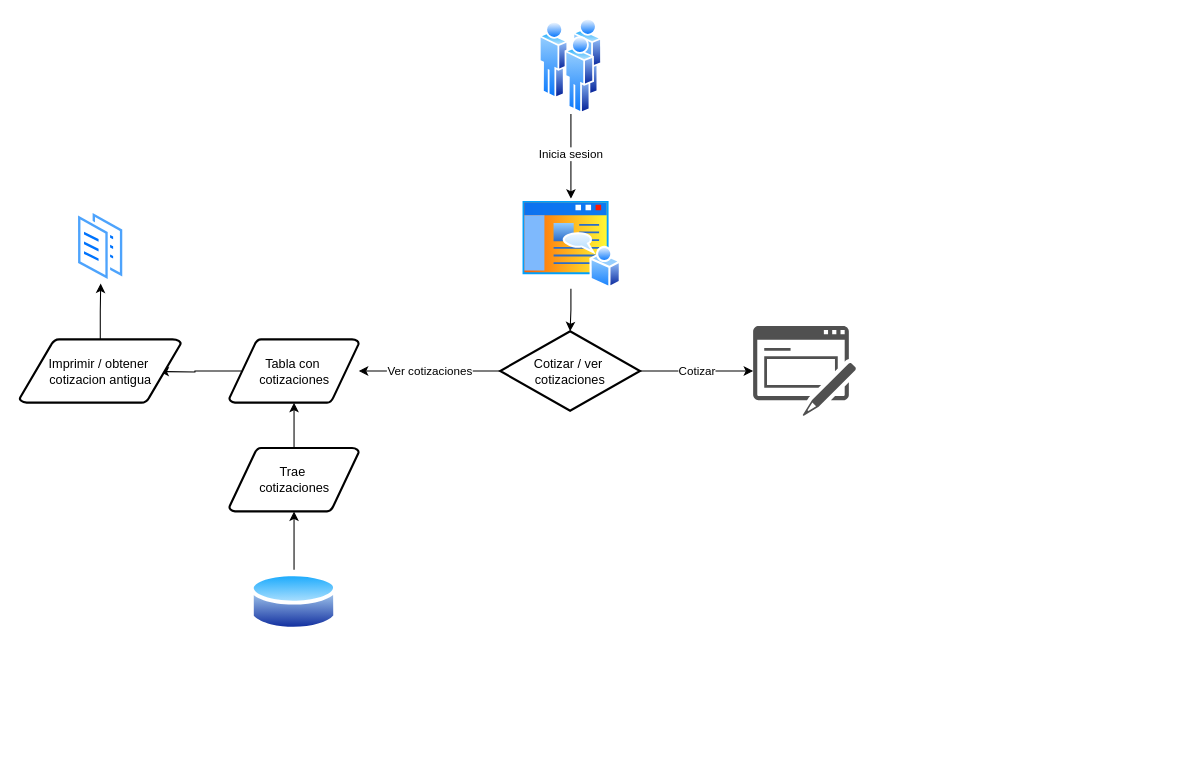
Earlier version of the draw.io diagram docs/Untitled Diagram.drawio (galloramiro/cotizador-autos). Source tidied: cells renumbered, new cells numbered last; positions are measured from the earlier drawing's top-left corner, leaving out a move shared by most shapes. Both pictures are drawn from the tidied source at 106%, with x=0, y=0 at pixel (19, 18).
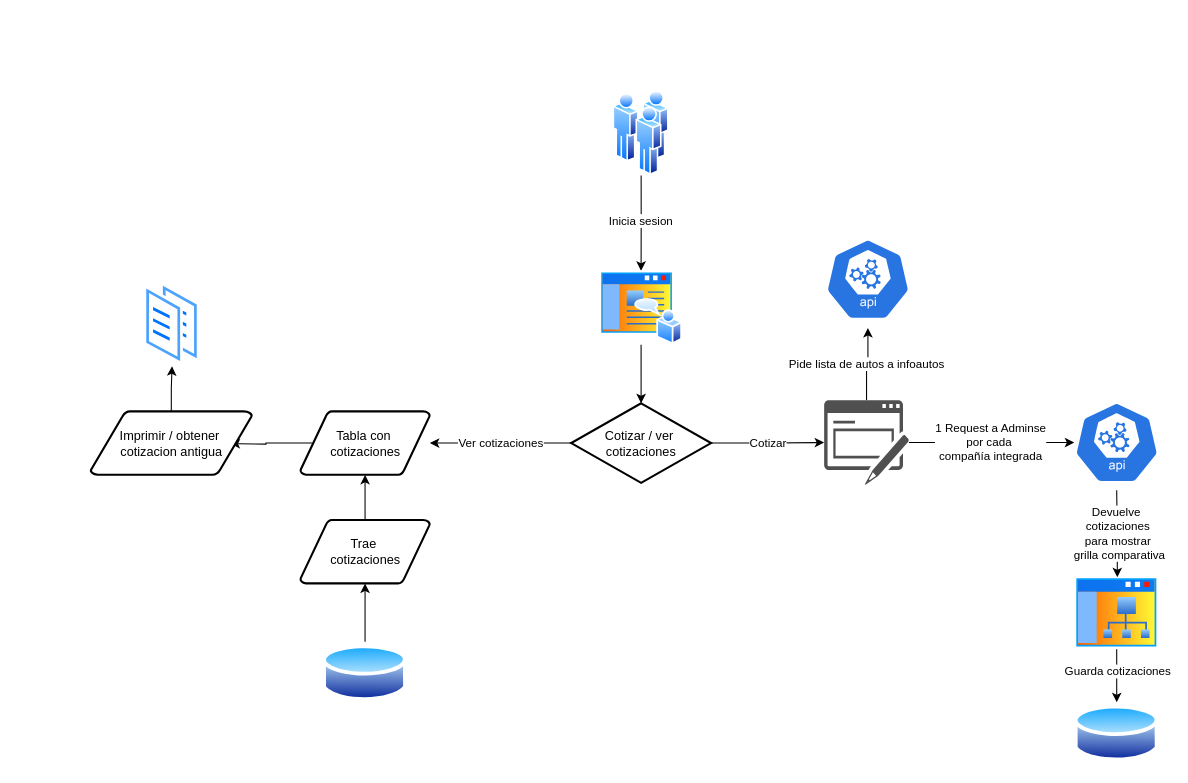
Above is the later version.

Commit message:
terminando flowchart

Diff of the diagram source:
```diff
@@
     <mxCell id="4" style="image;perimeter=ellipsePerimeter;html=1;align=center;shadow=0;dashed=0;spacingTop=3;image=img/lib/active_directory/users.svg;" parent="1" vertex="1">
-      <mxGeometry x="488.9" width="62.4" height="90" as="geometry" />
+      <mxGeometry x="558.6" y="68" width="55.5" height="80" as="geometry" />
     </mxCell>
     <mxCell id="5" style="image;perimeter=ellipsePerimeter;html=1;align=center;shadow=0;dashed=0;spacingTop=3;image=img/lib/active_directory/home_page.svg;" parent="1" vertex="1">
-      <mxGeometry x="471.4" y="170" width="97.4" height="85" as="geometry" />
+      <mxGeometry x="546.3" y="238" width="80" height="69.8" as="geometry" />
     </mxCell>
@@
     <mxCell id="8" value="&lt;div&gt;Cotizar / ver&amp;nbsp;&lt;/div&gt;&lt;div&gt;cotizaciones&lt;/div&gt;" style="shape=mxgraph.flowchart.decision;strokeWidth=2;gradientColor=none;gradientDirection=north;fontStyle=0;html=1;" parent="1" vertex="1">
-      <mxGeometry x="453.4" y="295" width="131.9" height="75" as="geometry" />
+      <mxGeometry x="520.4" y="363" width="131.9" height="75" as="geometry" />
     </mxCell>
     <mxCell id="9" style="edgeStyle=orthogonalEdgeStyle;rounded=0;jettySize=auto;html=1;exitX=0.095;exitY=0.5;exitDx=0;exitDy=0;exitPerimeter=0;" parent="1" edge="1" source="10">
       <mxGeometry relative="1" as="geometry">
-        <mxPoint x="132" y="333" as="targetPoint" />
+        <mxPoint x="199" y="401" as="targetPoint" />
       </mxGeometry>
     </mxCell>
     <mxCell id="10" value="&lt;div&gt;Tabla con&amp;nbsp;&lt;/div&gt;&lt;div&gt;cotizaciones&lt;/div&gt;" style="shape=mxgraph.flowchart.data;strokeWidth=2;gradientColor=none;gradientDirection=north;fontStyle=0;html=1;" parent="1" vertex="1">
-      <mxGeometry x="197.8" y="302.5" width="122.2" height="60" as="geometry" />
+      <mxGeometry x="264.8" y="370.5" width="122.2" height="60" as="geometry" />
     </mxCell>
@@
     <mxCell id="15" style="image;perimeter=ellipsePerimeter;html=1;align=center;shadow=0;dashed=0;spacingTop=3;image=img/lib/active_directory/database.svg;" parent="1" vertex="1">
-      <mxGeometry x="217.7" y="520" width="82.4" height="61" as="geometry" />
+      <mxGeometry x="285.9" y="588" width="80" height="59.2" as="geometry" />
     </mxCell>
     <mxCell id="16" value="&lt;div&gt;Trae&amp;nbsp;&lt;/div&gt;&lt;div&gt;cotizaciones&lt;/div&gt;" style="shape=mxgraph.flowchart.data;strokeWidth=2;gradientColor=none;gradientDirection=north;fontStyle=0;html=1;" parent="1" vertex="1">
-      <mxGeometry x="197.8" y="405" width="122.2" height="60" as="geometry" />
+      <mxGeometry x="264.8" y="473" width="122.2" height="60" as="geometry" />
     </mxCell>
@@
     <mxCell id="19" value="&lt;div&gt;Imprimir / obtener&amp;nbsp;&lt;/div&gt;&lt;div&gt;cotizacion antigua&lt;br&gt;&lt;/div&gt;" style="shape=mxgraph.flowchart.data;strokeWidth=2;gradientColor=none;gradientDirection=north;fontStyle=0;html=1;" parent="1" vertex="1">
-      <mxGeometry y="302.5" width="152.2" height="60" as="geometry" />
+      <mxGeometry x="67" y="370.5" width="152.2" height="60" as="geometry" />
     </mxCell>
     <mxCell id="20" style="image;perimeter=ellipsePerimeter;html=1;align=center;shadow=0;dashed=0;spacingTop=3;image=img/lib/active_directory/documents.svg;" parent="1" vertex="1">
-      <mxGeometry x="53.4" y="180" width="46.2" height="70" as="geometry" />
+      <mxGeometry x="117.4" y="248" width="52.8" height="80" as="geometry" />
     </mxCell>
+    <mxCell id="22" style="edgeStyle=orthogonalEdgeStyle;rounded=0;jettySize=auto;html=1;" parent="1" edge="1" source="21" target="24">
+      <mxGeometry relative="1" as="geometry" />
+    </mxCell>
+    <mxCell id="23" value="Pide lista de autos a infoautos" style="edgeLabel;html=1;align=center;verticalAlign=middle;" parent="22" vertex="1">
+      <mxGeometry x="-0.02" y="1" relative="1" as="geometry">
+        <mxPoint x="-1" as="offset" />
+      </mxGeometry>
+    </mxCell>
     <mxCell id="21" style="sketch=0;shadow=0;dashed=0;html=1;strokeColor=none;fillColor=#505050;labelPosition=center;verticalLabelPosition=bottom;verticalAlign=top;outlineConnect=0;align=center;shape=mxgraph.office.concepts.form;" parent="1" vertex="1">
-      <mxGeometry x="692" y="290" width="97.1" height="85" as="geometry" />
+      <mxGeometry x="759" y="360" width="80" height="80" as="geometry" />
     </mxCell>
+    <mxCell id="24" style="sketch=0;html=1;dashed=0;whitespace=wrap;fillColor=#2875E2;strokeColor=#ffffff;points=[[0.005,0.63,0],[0.1,0.2,0],[0.9,0.2,0],[0.5,0,0],[0.995,0.63,0],[0.72,0.99,0],[0.5,1,0],[0.28,0.99,0]];verticalLabelPosition=bottom;align=center;verticalAlign=top;shape=mxgraph.kubernetes.icon;prIcon=api;" parent="1" vertex="1">
+      <mxGeometry x="760.3" y="200" width="80" height="92" as="geometry" />
+    </mxCell>
+    <mxCell id="25" style="edgeStyle=orthogonalEdgeStyle;rounded=0;jettySize=auto;html=1;" parent="1" edge="1" source="21" target="32">
+      <mxGeometry relative="1" as="geometry" />
+    </mxCell>
+    <mxCell id="26" value="&lt;div&gt;1 Request a Adminse&lt;/div&gt;&lt;div&gt;por cada&amp;nbsp;&lt;/div&gt;&lt;div&gt;compañía integrada&lt;br&gt;&lt;/div&gt;" style="edgeLabel;html=1;align=center;verticalAlign=middle;" parent="25" vertex="1">
+      <mxGeometry x="-0.03" y="1" relative="1" as="geometry" />
+    </mxCell>
+    <mxCell id="27" style="edgeStyle=orthogonalEdgeStyle;rounded=0;jettySize=auto;html=1;" parent="1" edge="1" source="29" target="33">
+      <mxGeometry relative="1" as="geometry" />
+    </mxCell>
+    <mxCell id="28" value="Guarda cotizaciones" style="edgeLabel;html=1;align=center;verticalAlign=middle;" parent="27" vertex="1">
+      <mxGeometry x="-0.2" relative="1" as="geometry" />
+    </mxCell>
+    <mxCell id="29" style="image;perimeter=ellipsePerimeter;html=1;align=center;shadow=0;dashed=0;spacingTop=3;image=img/lib/active_directory/sub_site.svg;" parent="1" vertex="1">
+      <mxGeometry x="995" y="526.2" width="80" height="68.8" as="geometry" />
+    </mxCell>
+    <mxCell id="30" style="edgeStyle=orthogonalEdgeStyle;rounded=0;jettySize=auto;html=1;entryX=0.507;entryY=0.013;entryDx=0;entryDy=0;entryPerimeter=0;" parent="1" edge="1" target="29">
+      <mxGeometry relative="1" as="geometry">
+        <mxPoint x="1035" y="445" as="sourcePoint" />
+      </mxGeometry>
+    </mxCell>
+    <mxCell id="31" value="&lt;div&gt;Devuelve&amp;nbsp;&lt;/div&gt;&lt;div&gt;cotizaciones&lt;br&gt;para mostrar&lt;/div&gt;&lt;div&gt;&amp;nbsp;grilla comparativa&lt;br&gt;&lt;/div&gt;" style="edgeLabel;html=1;align=center;verticalAlign=middle;" parent="30" vertex="1">
+      <mxGeometry relative="1" as="geometry" />
+    </mxCell>
+    <mxCell id="32" style="sketch=0;html=1;dashed=0;whitespace=wrap;fillColor=#2875E2;strokeColor=#ffffff;points=[[0.005,0.63,0],[0.1,0.2,0],[0.9,0.2,0],[0.5,0,0],[0.995,0.63,0],[0.72,0.99,0],[0.5,1,0],[0.28,0.99,0]];verticalLabelPosition=bottom;align=center;verticalAlign=top;shape=mxgraph.kubernetes.icon;prIcon=api;" parent="1" vertex="1">
+      <mxGeometry x="995" y="354" width="80" height="92" as="geometry" />
+    </mxCell>
+    <mxCell id="33" style="image;perimeter=ellipsePerimeter;html=1;align=center;shadow=0;dashed=0;spacingTop=3;image=img/lib/active_directory/database.svg;" parent="1" vertex="1">
+      <mxGeometry x="995" y="645" width="80" height="59.2" as="geometry" />
+    </mxCell>
```
